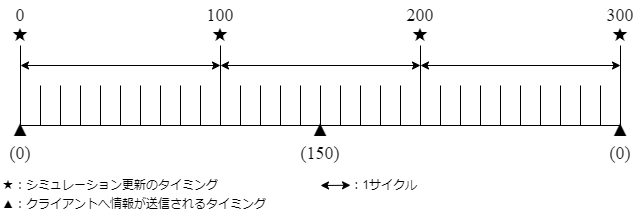
SuperTikuwa/thesis-images keeps this draw.io diagram as 2/connection.png. Above is the earlier version. Source tidied: cells renumbered, new cells last; positions are measured from the earlier drawing's top-left corner, leaving out a move shared by most shapes.
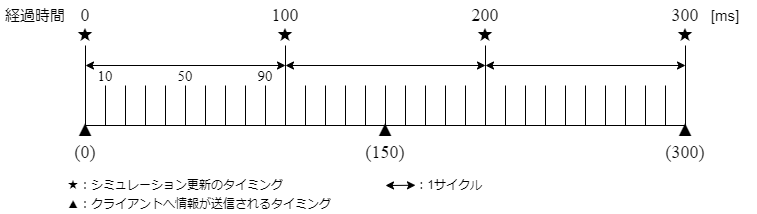
The same diagram one commit later.

Commit message:
connection.png を追加しました。

Diff of the diagram source:
```diff
@@ -212,7 +212,7 @@
     <mxCell id="39" value="&lt;font face=&quot;Times New Roman&quot; style=&quot;font-size: 18px;&quot;&gt;(150)&lt;/font&gt;" style="text;html=1;strokeColor=none;fillColor=none;align=center;verticalAlign=middle;whiteSpace=wrap;rounded=0;fontSize=18;" parent="1" vertex="1">
       <mxGeometry x="305" y="137.5" width="30" height="30" as="geometry" />
     </mxCell>
-    <mxCell id="40" value="&lt;font face=&quot;Times New Roman&quot; style=&quot;font-size: 18px;&quot;&gt;(0)&lt;/font&gt;" style="text;html=1;strokeColor=none;fillColor=none;align=center;verticalAlign=middle;whiteSpace=wrap;rounded=0;fontSize=18;" parent="1" vertex="1">
+    <mxCell id="40" value="&lt;font face=&quot;Times New Roman&quot; style=&quot;font-size: 18px;&quot;&gt;(300)&lt;/font&gt;" style="text;html=1;strokeColor=none;fillColor=none;align=center;verticalAlign=middle;whiteSpace=wrap;rounded=0;fontSize=18;" parent="1" vertex="1">
       <mxGeometry x="605" y="137.5" width="30" height="30" as="geometry" />
     </mxCell>
     <mxCell id="41" value="&lt;font face=&quot;Times New Roman&quot;&gt;★&lt;/font&gt;" style="text;html=1;strokeColor=none;fillColor=none;align=center;verticalAlign=middle;whiteSpace=wrap;rounded=0;fontSize=18;" parent="1" vertex="1">
@@ -269,5 +269,20 @@
     <mxCell id="54" value="&lt;font style=&quot;font-size: 12px;&quot;&gt;&amp;nbsp; &amp;nbsp; ：1サイクル&lt;/font&gt;" style="text;html=1;strokeColor=none;fillColor=none;align=left;verticalAlign=middle;whiteSpace=wrap;rounded=0;fontSize=12;" parent="1" vertex="1">
       <mxGeometry x="335" y="175" width="240" height="20" as="geometry" />
     </mxCell>
+    <mxCell id="55" value="&lt;font face=&quot;Times New Roman&quot; style=&quot;font-size: 15px;&quot;&gt;10&lt;/font&gt;" style="text;html=1;strokeColor=none;fillColor=none;align=center;verticalAlign=middle;whiteSpace=wrap;rounded=0;fontSize=15;" parent="1" vertex="1">
+      <mxGeometry x="25" y="60" width="30" height="30" as="geometry" />
+    </mxCell>
+    <mxCell id="56" value="&lt;font face=&quot;Times New Roman&quot; style=&quot;font-size: 15px;&quot;&gt;50&lt;/font&gt;" style="text;html=1;strokeColor=none;fillColor=none;align=center;verticalAlign=middle;whiteSpace=wrap;rounded=0;fontSize=15;" parent="1" vertex="1">
+      <mxGeometry x="105" y="60" width="30" height="30" as="geometry" />
+    </mxCell>
+    <mxCell id="57" value="&lt;font face=&quot;Times New Roman&quot; style=&quot;font-size: 15px;&quot;&gt;90&lt;/font&gt;" style="text;html=1;strokeColor=none;fillColor=none;align=center;verticalAlign=middle;whiteSpace=wrap;rounded=0;fontSize=15;" parent="1" vertex="1">
+      <mxGeometry x="185" y="60" width="30" height="30" as="geometry" />
+    </mxCell>
+    <mxCell id="58" value="[ms]" style="text;html=1;strokeColor=none;fillColor=none;align=center;verticalAlign=middle;whiteSpace=wrap;rounded=0;fontSize=15;" parent="1" vertex="1">
+      <mxGeometry x="630" width="60" height="30" as="geometry" />
+    </mxCell>
+    <mxCell id="59" value="経過時間" style="text;html=1;strokeColor=none;fillColor=none;align=center;verticalAlign=middle;whiteSpace=wrap;rounded=0;fontSize=15;" parent="1" vertex="1">
+      <mxGeometry x="-65" width="70" height="30" as="geometry" />
+    </mxCell>
   </root>
 </mxGraphModel>
```
